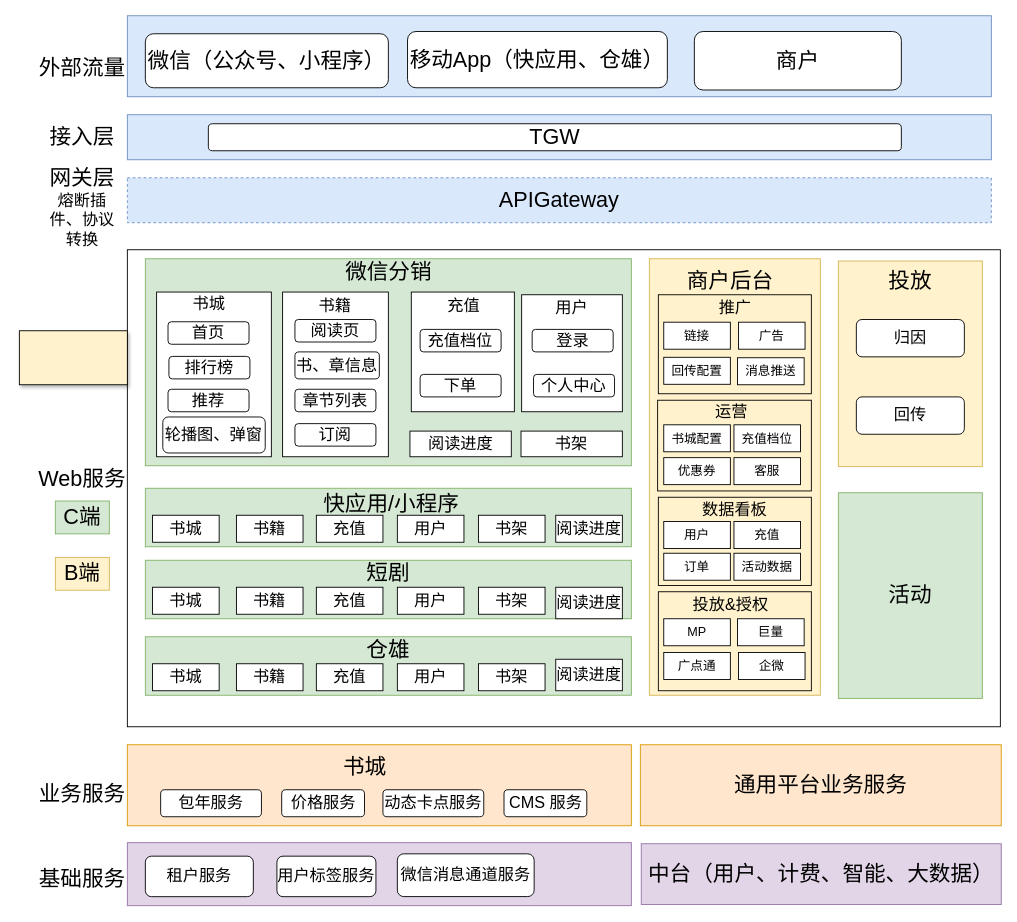
This is page "第 1 页" (1 of 3) of 开平服务化规划(原始版本) 的副本.drawio from qinzw/HelloWorld, a draw.io file, before an edit. Source tidied: cells renumbered, new cells numbered last; positions are measured from the earlier drawing's top-left corner, leaving out a move shared by most shapes. Both pictures are drawn from the tidied source at 90%, with x=0, y=0 at pixel (19, 15).
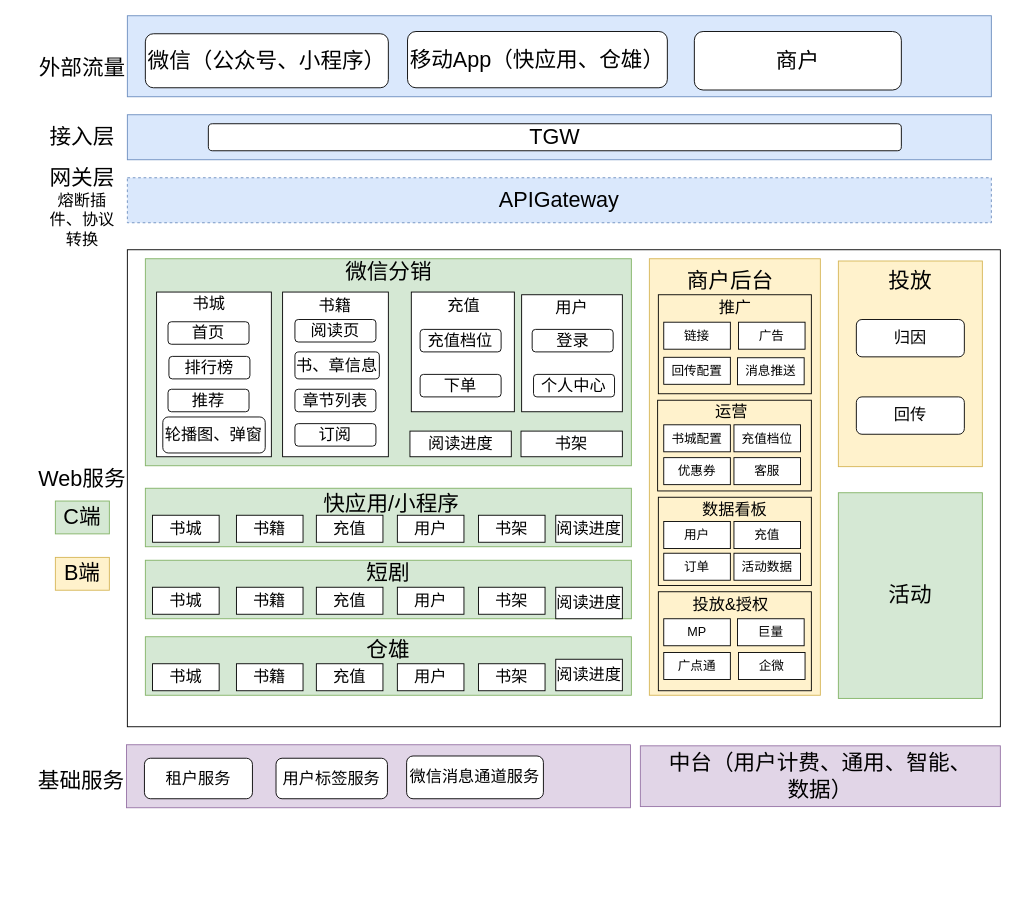
The same diagram, later.

What changed in the source:
```diff
@@
-    <mxCell id="67" style="rounded=0;whiteSpace=wrap;html=1;fontSize=18;fillColor=#ffe6cc;strokeColor=#d79b00;" parent="1" vertex="1">
-      <mxGeometry x="120" y="810" width="560" height="90" as="geometry" />
-    </mxCell>
-    <mxCell id="68" value="&lt;font style=&quot;font-size: 24px;&quot;&gt;业务服务&lt;/font&gt;" style="text;html=1;strokeColor=none;fillColor=none;align=center;verticalAlign=middle;whiteSpace=wrap;rounded=0;" parent="1" vertex="1">
-      <mxGeometry x="20" y="850" width="100" height="30" as="geometry" />
-    </mxCell>
-    <mxCell id="69" value="&lt;font style=&quot;font-size: 24px;&quot;&gt;书城&lt;/font&gt;" style="text;html=1;strokeColor=none;fillColor=none;align=center;verticalAlign=middle;whiteSpace=wrap;rounded=0;" parent="1" vertex="1">
-      <mxGeometry x="353.8" y="820" width="60" height="30" as="geometry" />
-    </mxCell>
-    <mxCell id="70" value="动态卡点服务" style="rounded=1;whiteSpace=wrap;html=1;fontSize=18;" parent="1" vertex="1">
-      <mxGeometry x="404" y="860" width="112" height="30" as="geometry" />
-    </mxCell>
-    <mxCell id="71" value="包年服务" style="rounded=1;whiteSpace=wrap;html=1;fontSize=18;" parent="1" vertex="1">
-      <mxGeometry x="157" y="860" width="112" height="30" as="geometry" />
-    </mxCell>
-    <mxCell id="72" value="价格服务" style="rounded=1;whiteSpace=wrap;html=1;fontSize=18;" parent="1" vertex="1">
-      <mxGeometry x="291.5" y="860" width="92" height="30" as="geometry" />
-    </mxCell>
-    <mxCell id="73" value="CMS 服务" style="rounded=1;whiteSpace=wrap;html=1;fontSize=18;" parent="1" vertex="1">
-      <mxGeometry x="538.5" y="860" width="92" height="30" as="geometry" />
-    </mxCell>
     <mxCell id="74" style="rounded=0;whiteSpace=wrap;html=1;fontSize=24;fillColor=#e1d5e7;strokeColor=#9673a6;" parent="1" vertex="1">
-      <mxGeometry x="120" y="918.8" width="560" height="70" as="geometry" />
+      <mxGeometry x="119" y="810" width="560" height="70" as="geometry" />
     </mxCell>
     <mxCell id="75" value="&lt;font style=&quot;font-size: 24px;&quot;&gt;基础服务&lt;/font&gt;" style="text;html=1;strokeColor=none;fillColor=none;align=center;verticalAlign=middle;whiteSpace=wrap;rounded=0;" parent="1" vertex="1">
-      <mxGeometry x="20" y="938.8" width="100" height="40" as="geometry" />
+      <mxGeometry x="19" y="830" width="100" height="40" as="geometry" />
     </mxCell>
     <mxCell id="76" value="租户服务" style="rounded=1;whiteSpace=wrap;html=1;fontSize=18;" parent="1" vertex="1">
-      <mxGeometry x="140" y="933.8" width="120" height="45" as="geometry" />
+      <mxGeometry x="139" y="825" width="120" height="45" as="geometry" />
     </mxCell>
     <mxCell id="77" value="用户标签服务" style="rounded=1;whiteSpace=wrap;html=1;fontSize=18;" parent="1" vertex="1">
-      <mxGeometry x="286.2" y="933.8" width="110" height="45" as="geometry" />
+      <mxGeometry x="285.2" y="825" width="123.8" height="45" as="geometry" />
     </mxCell>
-    <mxCell id="78" value="&lt;font style=&quot;font-size: 24px;&quot;&gt;通用平台业务服务&lt;/font&gt;" style="rounded=0;whiteSpace=wrap;html=1;fontSize=18;fillColor=#ffe6cc;strokeColor=#d79b00;" parent="1" vertex="1">
-      <mxGeometry x="690" y="810" width="401" height="90" as="geometry" />
-    </mxCell>
     <mxCell id="79" value="微信消息通道服务" style="rounded=1;whiteSpace=wrap;html=1;fontSize=18;" parent="1" vertex="1">
-      <mxGeometry x="420" y="931.2" width="152" height="47.5" as="geometry" />
+      <mxGeometry x="430.3" y="822.5" width="152" height="47.5" as="geometry" />
     </mxCell>
-    <mxCell id="80" value="中台（用户、计费、智能、大数据）" style="rounded=0;whiteSpace=wrap;html=1;fontSize=24;fillColor=#e1d5e7;strokeColor=#9673a6;" parent="1" vertex="1">
-      <mxGeometry x="691" y="920" width="400" height="67.5" as="geometry" />
+    <mxCell id="80" value="中台（用户计费、通用、智能、&lt;br&gt;数据）" style="rounded=0;whiteSpace=wrap;html=1;fontSize=24;fillColor=#e1d5e7;strokeColor=#9673a6;" parent="1" vertex="1">
+      <mxGeometry x="690" y="811.2" width="400" height="67.5" as="geometry" />
     </mxCell>
@@
-    <mxCell id="109" style="whiteSpace=wrap;html=1;shadow=1;strokeColor=#000000;fillColor=#FFF2CC;" parent="1" vertex="1">
-      <mxGeometry y="350" width="120" height="60" as="geometry" />
-    </mxCell>
```
